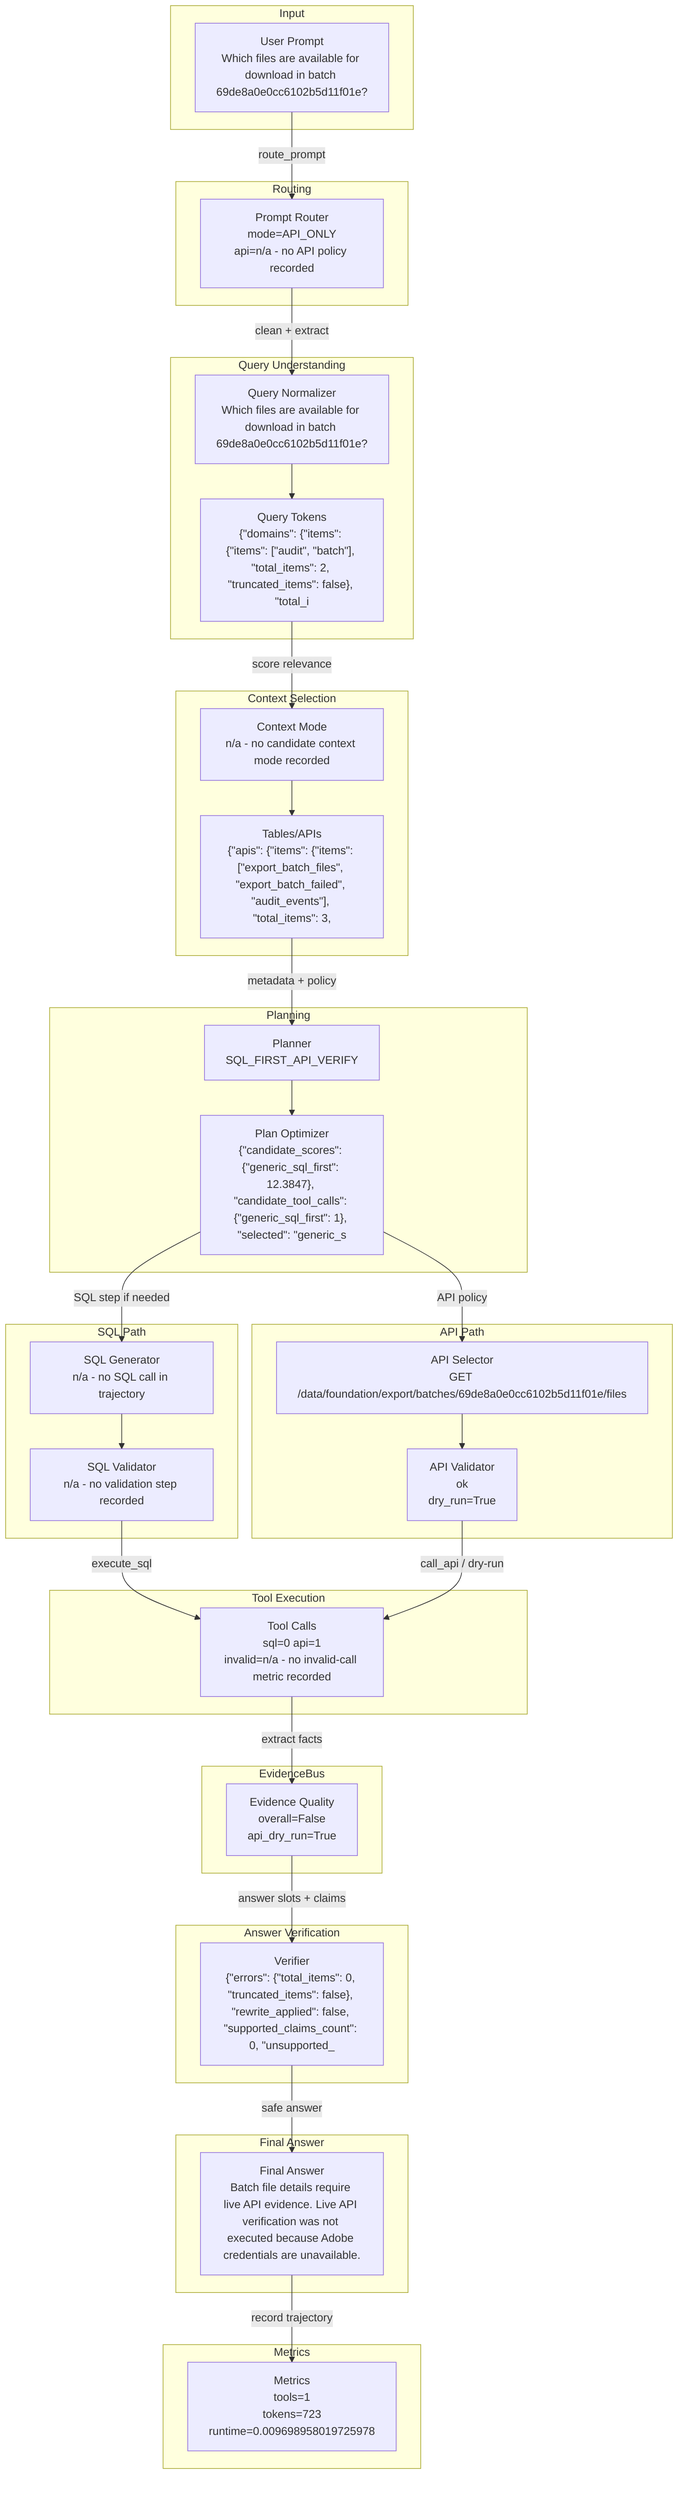
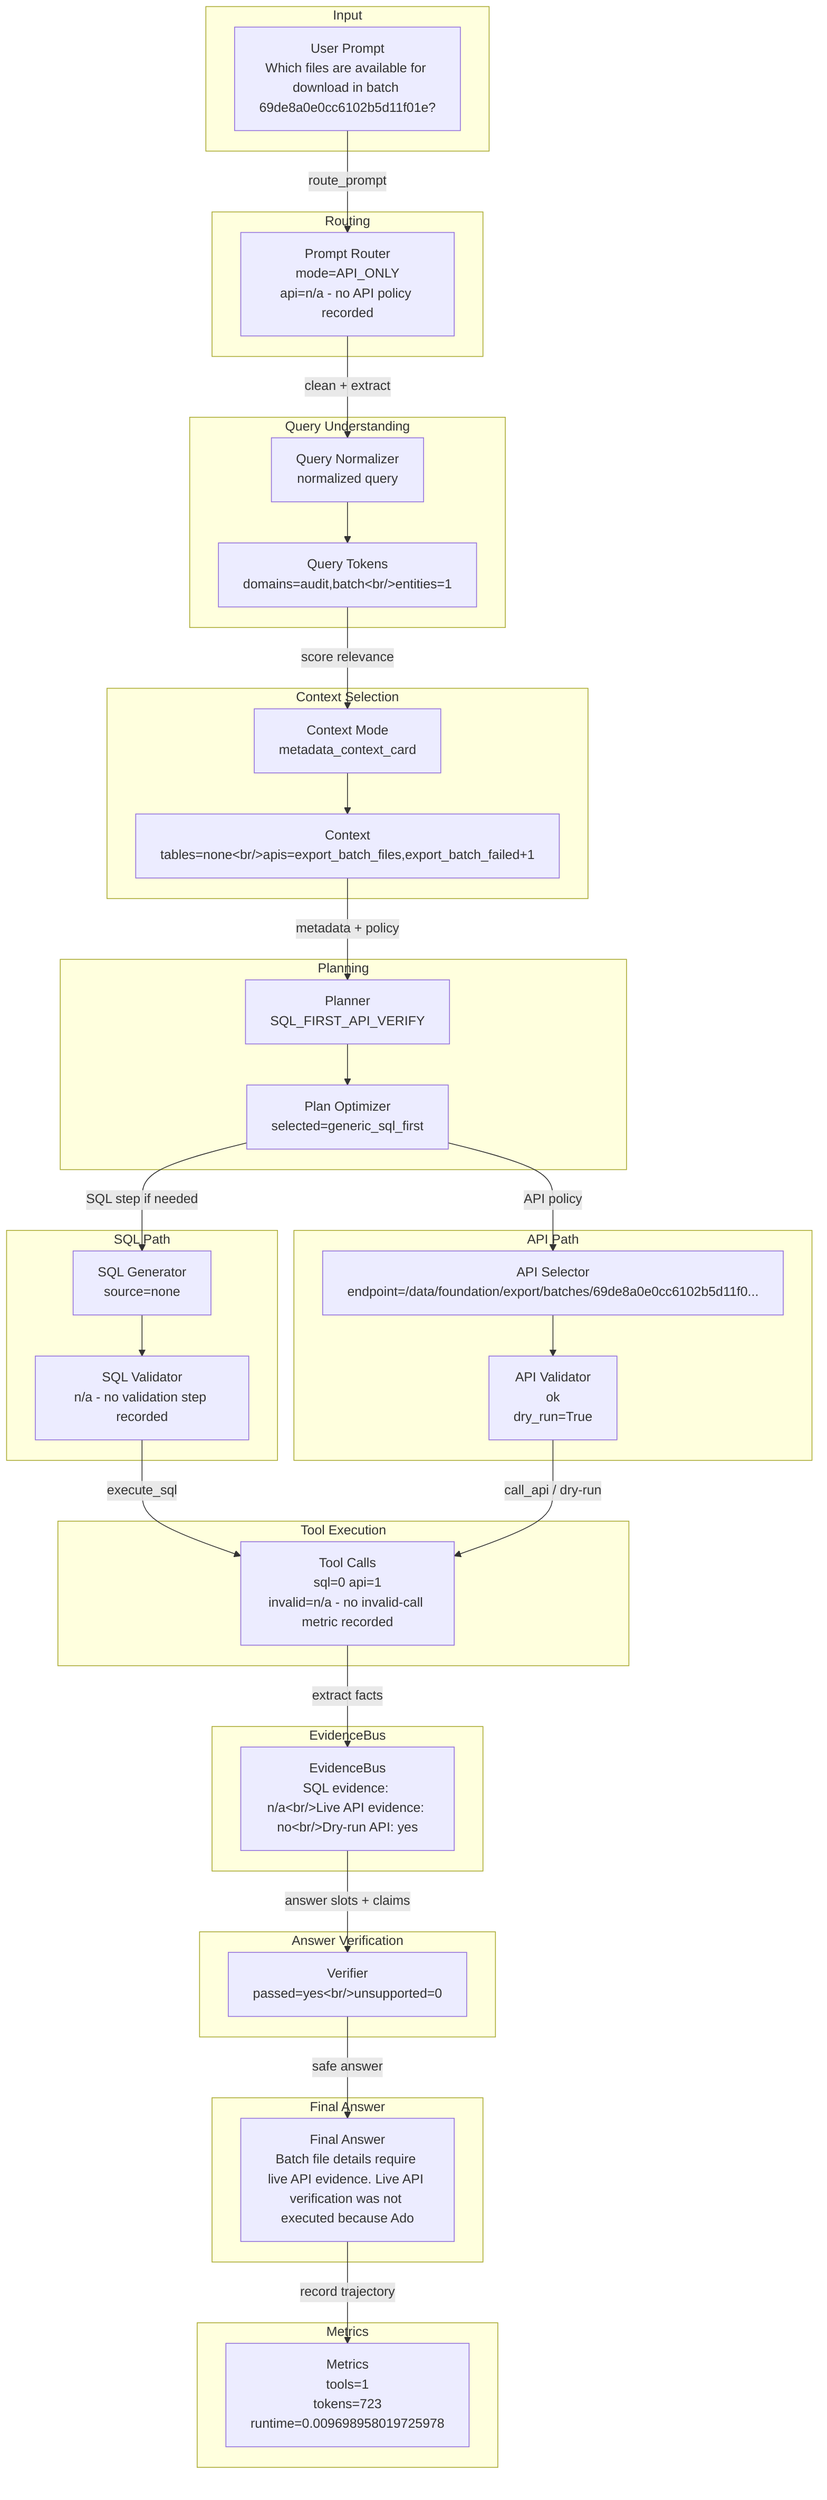
flowchart TD
  subgraph Input
    input_prompt["User Prompt<br/>Which files are available for download in batch 69de8a0e0cc6102b5d11f01e?"]
  end
  subgraph Routing
    router["Prompt Router<br/>mode=API_ONLY<br/>api=n/a - no API policy recorded"]
    input_prompt -->|route_prompt| router
  end
  subgraph QueryUnderstanding["Query Understanding"]
-     normalizer["Query Normalizer<br/>Which files are available for download in batch 69de8a0e0cc6102b5d11f01e?"]
-     tokens["Query Tokens<br/>{&quot;domains&quot;: {&quot;items&quot;: {&quot;items&quot;: [&quot;audit&quot;, &quot;batch&quot;], &quot;total_items&quot;: 2, &quot;truncated_items&quot;: false}, &quot;total_i"]
+     normalizer["Query Normalizer<br/>normalized query"]
+     tokens["Query Tokens<br/>domains=audit,batch&lt;br/&gt;entities=1"]
    router -->|clean + extract| normalizer --> tokens
  end
  subgraph ContextSelection["Context Selection"]
-     context["Context Mode<br/>n/a - no candidate context mode recorded"]
-     candidates["Tables/APIs<br/>{&quot;apis&quot;: {&quot;items&quot;: {&quot;items&quot;: [&quot;export_batch_files&quot;, &quot;export_batch_failed&quot;, &quot;audit_events&quot;], &quot;total_items&quot;: 3, "]
+     context["Context Mode<br/>metadata_context_card"]
+     candidates["Context<br/>tables=none&lt;br/&gt;apis=export_batch_files,export_batch_failed+1"]
    tokens -->|score relevance| context --> candidates
  end
  subgraph Planning
    planner["Planner<br/>SQL_FIRST_API_VERIFY"]
-     optimizer["Plan Optimizer<br/>{&quot;candidate_scores&quot;: {&quot;generic_sql_first&quot;: 12.3847}, &quot;candidate_tool_calls&quot;: {&quot;generic_sql_first&quot;: 1}, &quot;selected&quot;: &quot;generic_s"]
+     optimizer["Plan Optimizer<br/>selected=generic_sql_first"]
    candidates -->|metadata + policy| planner --> optimizer
  end
  subgraph SQLPath["SQL Path"]
-     sqlgen["SQL Generator<br/>n/a - no SQL call in trajectory"]
+     sqlgen["SQL Generator<br/>source=none"]
    sqlval["SQL Validator<br/>n/a - no validation step recorded"]
    optimizer -->|SQL step if needed| sqlgen --> sqlval
  end
  subgraph APIPath["API Path"]
-     apisel["API Selector<br/>GET /data/foundation/export/batches/69de8a0e0cc6102b5d11f01e/files"]
+     apisel["API Selector<br/>endpoint=/data/foundation/export/batches/69de8a0e0cc6102b5d11f0..."]
    apival["API Validator<br/>ok<br/>dry_run=True"]
    optimizer -->|API policy| apisel --> apival
  end
  subgraph ToolExecution["Tool Execution"]
    tools["Tool Calls<br/>sql=0 api=1<br/>invalid=n/a - no invalid-call metric recorded"]
    sqlval -->|execute_sql| tools
    apival -->|call_api / dry-run| tools
  end
  subgraph EvidenceBus
-     evidence["Evidence Quality<br/>overall=False<br/>api_dry_run=True"]
+     evidence["EvidenceBus<br/>SQL evidence: n/a&lt;br/&gt;Live API evidence: no&lt;br/&gt;Dry-run API: yes"]
    tools -->|extract facts| evidence
  end
  subgraph AnswerVerification["Answer Verification"]
-     verifier["Verifier<br/>{&quot;errors&quot;: {&quot;total_items&quot;: 0, &quot;truncated_items&quot;: false}, &quot;rewrite_applied&quot;: false, &quot;supported_claims_count&quot;: 0, &quot;unsupported_"]
+     verifier["Verifier<br/>passed=yes&lt;br/&gt;unsupported=0"]
    evidence -->|answer slots + claims| verifier
  end
  subgraph FinalAnswer["Final Answer"]
-     answer["Final Answer<br/>Batch file details require live API evidence. Live API verification was not executed because Adobe credentials are unavailable."]
+     answer["Final Answer<br/>Batch file details require live API evidence. Live API verification was not executed because Ado"]
    verifier -->|safe answer| answer
  end
  subgraph Metrics
    metrics["Metrics<br/>tools=1<br/>tokens=723<br/>runtime=0.009698958019725978"]
    answer -->|record trajectory| metrics
  end
